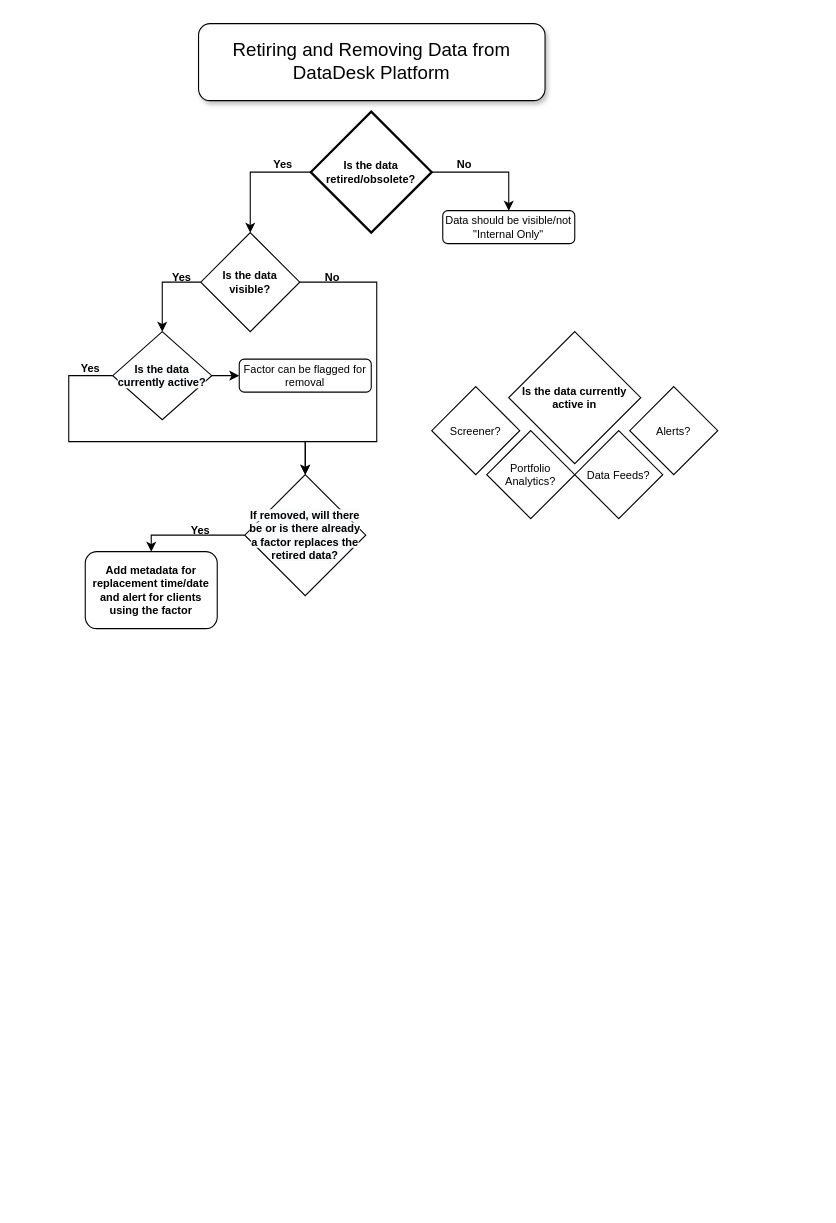
slingshotdancu/slingshotdancu.github.io keeps this draw.io diagram as DD_ObsoleteMetadata/obsoleteMetadata.drawio. Above is the earlier version. Source tidied: cells renumbered, new cells numbered last; positions are measured from the earlier drawing's top-left corner, leaving out a move shared by most shapes. Both pictures are drawn from the tidied source at 110%, with x=0, y=0 at pixel (68, 23).
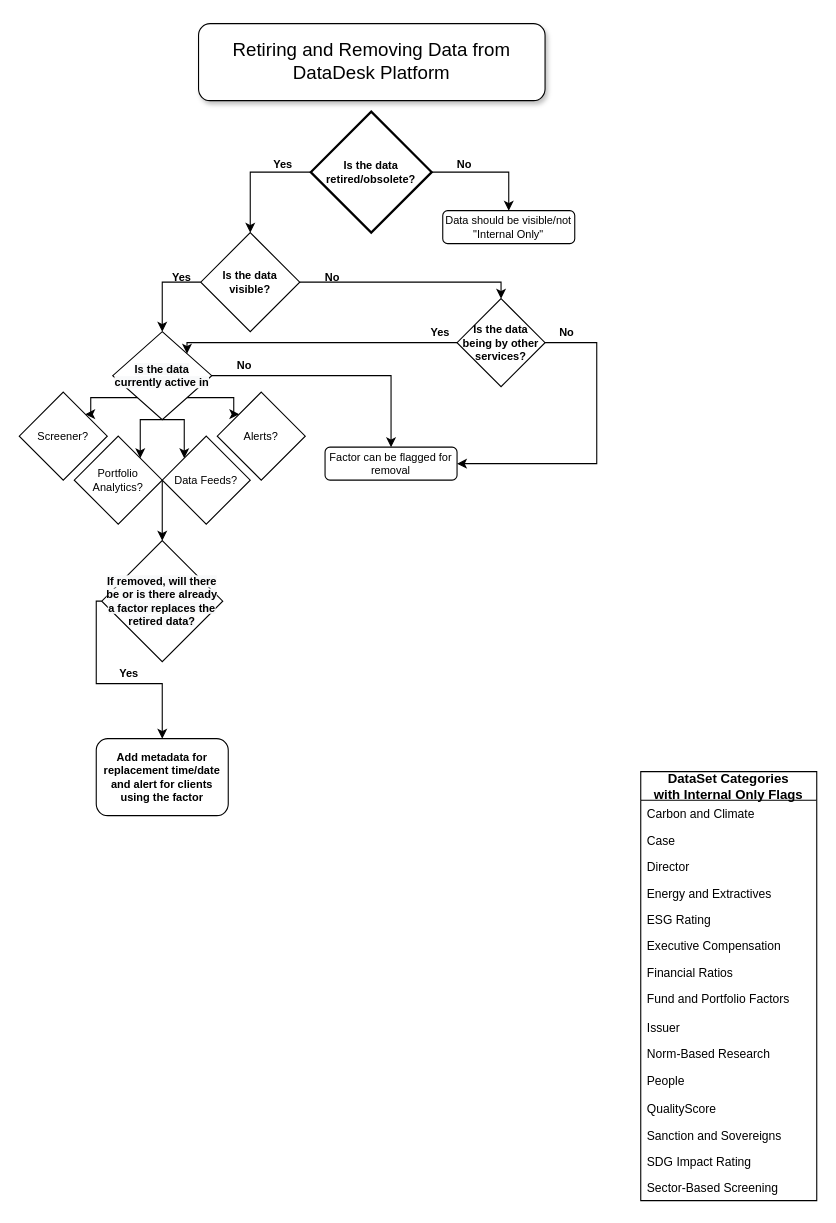
The same page after the edit.

Unchanged cells that the change refers to:
```xml
<mxCell id="12" value="&lt;span style=&quot;font-weight: 700&quot;&gt;Is the data visible?&lt;/span&gt;" style="rhombus;whiteSpace=wrap;html=1;fontSize=10;verticalAlign=middle;" parent="1" vertex="1">
  <mxGeometry x="120" y="190" width="90" height="90" as="geometry" />
</mxCell>
```

Change to the diagram source:
```diff
@@
     <mxCell id="5" value="Factor can be flagged for removal" style="rounded=1;whiteSpace=wrap;html=1;fontSize=10;verticalAlign=middle;fontStyle=0;" parent="1" vertex="1">
-      <mxGeometry x="155" y="305" width="120" height="30" as="geometry" />
+      <mxGeometry x="233" y="385" width="120" height="30" as="geometry" />
     </mxCell>
     <mxCell id="6" value="Add metadata for replacement time/date and alert for clients using the factor" style="rounded=1;whiteSpace=wrap;html=1;fontSize=10;verticalAlign=middle;fontStyle=1;" parent="1" vertex="1">
-      <mxGeometry x="15" y="480" width="120" height="70" as="geometry" />
+      <mxGeometry x="25" y="650" width="120" height="70" as="geometry" />
     </mxCell>
@@
-    <mxCell id="11" style="edgeStyle=orthogonalEdgeStyle;rounded=0;jettySize=auto;html=1;exitX=1;exitY=0.5;exitDx=0;exitDy=0;entryX=0.5;entryY=0;entryDx=0;entryDy=0;fontSize=10;" parent="1" edge="1" source="12" target="17">
-      <mxGeometry relative="1" as="geometry">
-        <Array as="points">
-          <mxPoint x="280" y="235" />
-          <mxPoint x="280" y="380" />
-          <mxPoint x="215" y="380" />
-        </Array>
-      </mxGeometry>
-    </mxCell>
+    <mxCell id="28" style="edgeStyle=orthogonalEdgeStyle;rounded=0;jettySize=auto;html=1;exitX=1;exitY=0.5;exitDx=0;exitDy=0;entryX=0.5;entryY=0;entryDx=0;entryDy=0;fontSize=10;" parent="1" edge="1" source="12" target="52">
+      <mxGeometry relative="1" as="geometry">
+        <Array as="points">
+          <mxPoint x="393" y="235" />
+        </Array>
+      </mxGeometry>
+    </mxCell>
@@
-    <mxCell id="13" style="edgeStyle=orthogonalEdgeStyle;rounded=0;jettySize=auto;html=1;exitX=0;exitY=0.5;exitDx=0;exitDy=0;entryX=0.5;entryY=0;entryDx=0;entryDy=0;fontSize=10;" parent="1" edge="1" source="15" target="17">
-      <mxGeometry relative="1" as="geometry">
-        <Array as="points">
-          <mxPoint y="320" />
-          <mxPoint y="380" />
-          <mxPoint x="215" y="380" />
-        </Array>
-      </mxGeometry>
-    </mxCell>
@@
+    <mxCell id="29" style="edgeStyle=orthogonalEdgeStyle;rounded=0;jettySize=auto;html=1;exitX=0;exitY=1;exitDx=0;exitDy=0;entryX=1;entryY=0;entryDx=0;entryDy=0;" parent="1" edge="1" source="15" target="26">
+      <mxGeometry relative="1" as="geometry" />
+    </mxCell>
+    <mxCell id="30" style="edgeStyle=orthogonalEdgeStyle;rounded=0;jettySize=auto;html=1;exitX=1;exitY=1;exitDx=0;exitDy=0;entryX=0;entryY=0;entryDx=0;entryDy=0;" parent="1" edge="1" source="15" target="25">
+      <mxGeometry relative="1" as="geometry" />
+    </mxCell>
+    <mxCell id="31" style="edgeStyle=orthogonalEdgeStyle;rounded=0;jettySize=auto;html=1;exitX=0.5;exitY=1;exitDx=0;exitDy=0;entryX=0;entryY=0;entryDx=0;entryDy=0;" parent="1" edge="1" source="15" target="24">
+      <mxGeometry relative="1" as="geometry">
+        <Array as="points">
+          <mxPoint x="105" y="360" />
+        </Array>
+      </mxGeometry>
+    </mxCell>
+    <mxCell id="32" style="edgeStyle=orthogonalEdgeStyle;rounded=0;jettySize=auto;html=1;exitX=0.5;exitY=1;exitDx=0;exitDy=0;entryX=1;entryY=0;entryDx=0;entryDy=0;" parent="1" edge="1" source="15" target="23">
+      <mxGeometry relative="1" as="geometry">
+        <Array as="points">
+          <mxPoint x="65" y="360" />
+        </Array>
+      </mxGeometry>
+    </mxCell>
-    <mxCell id="15" value="&#10;&#10;&lt;span style=&quot;color: rgb(0, 0, 0); font-family: helvetica; font-size: 10px; font-style: normal; font-weight: 700; letter-spacing: normal; text-align: center; text-indent: 0px; text-transform: none; word-spacing: 0px; background-color: rgb(248, 249, 250); display: inline; float: none;&quot;&gt;Is the data currently active?&lt;/span&gt;&#10;&#10;" style="rhombus;whiteSpace=wrap;html=1;fontSize=10;verticalAlign=middle;" parent="1" vertex="1">
+    <mxCell id="15" value="&lt;span style=&quot;color: rgb(0 , 0 , 0) ; font-family: &amp;#34;helvetica&amp;#34; ; font-size: 10px ; font-style: normal ; font-weight: 700 ; letter-spacing: normal ; text-align: center ; text-indent: 0px ; text-transform: none ; word-spacing: 0px ; background-color: rgb(248 , 249 , 250) ; display: inline ; float: none&quot;&gt;Is the data currently active in&lt;/span&gt;" style="rhombus;whiteSpace=wrap;html=1;fontSize=10;verticalAlign=middle;" parent="1" vertex="1">
       <mxGeometry x="40" y="280" width="90" height="80" as="geometry" />
     </mxCell>
     <mxCell id="16" style="edgeStyle=orthogonalEdgeStyle;rounded=0;jettySize=auto;html=1;exitX=0;exitY=0.5;exitDx=0;exitDy=0;entryX=0.5;entryY=0;entryDx=0;entryDy=0;fontSize=10;" parent="1" edge="1" source="17" target="6">
       <mxGeometry relative="1" as="geometry">
         <Array as="points">
-          <mxPoint x="75" y="465" />
+          <mxPoint x="25" y="600" />
+          <mxPoint x="85" y="600" />
         </Array>
       </mxGeometry>
     </mxCell>
     <mxCell id="17" value="&lt;span style=&quot;color: rgb(0 , 0 , 0) ; font-family: &amp;#34;helvetica&amp;#34; ; font-size: 10px ; font-style: normal ; font-weight: 700 ; letter-spacing: normal ; text-align: center ; text-indent: 0px ; text-transform: none ; word-spacing: 0px ; background-color: rgb(248 , 249 , 250) ; display: inline ; float: none&quot;&gt;If removed, will there be or is there already a factor replaces the retired data?&lt;/span&gt;" style="rhombus;whiteSpace=wrap;html=1;fontSize=10;verticalAlign=middle;" parent="1" vertex="1">
-      <mxGeometry x="160" y="410" width="110" height="110" as="geometry" />
+      <mxGeometry x="30" y="470" width="110" height="110" as="geometry" />
     </mxCell>
@@
-    <mxCell id="19" value="Yes" style="text;html=1;strokeColor=none;fillColor=none;align=center;verticalAlign=middle;whiteSpace=wrap;rounded=0;fontSize=10;rotation=0;fontStyle=1;" parent="1" vertex="1">
-      <mxGeometry y="305" width="40" height="15" as="geometry" />
-    </mxCell>
@@
     <mxCell id="21" value="Yes" style="text;html=1;strokeColor=none;fillColor=none;align=center;verticalAlign=middle;whiteSpace=wrap;rounded=0;fontSize=10;rotation=0;fontStyle=1;" parent="1" vertex="1">
-      <mxGeometry x="105" y="450" width="30" height="20" as="geometry" />
+      <mxGeometry x="40" y="580" width="30" height="20" as="geometry" />
     </mxCell>
-    <mxCell id="22" value="Is the data currently active in" style="rhombus;whiteSpace=wrap;html=1;fontSize=10;fontStyle=1;" parent="1" vertex="1">
-      <mxGeometry x="400" y="280" width="120" height="120" as="geometry" />
-    </mxCell>
+    <mxCell id="33" style="edgeStyle=orthogonalEdgeStyle;rounded=0;jettySize=auto;html=1;exitX=1;exitY=0.5;exitDx=0;exitDy=0;entryX=0.5;entryY=0;entryDx=0;entryDy=0;fontSize=11;" parent="1" edge="1" source="23" target="17">
+      <mxGeometry relative="1" as="geometry">
+        <Array as="points">
+          <mxPoint x="85" y="460" />
+          <mxPoint x="85" y="460" />
+        </Array>
+      </mxGeometry>
+    </mxCell>
     <mxCell id="23" value="Portfolio Analytics?" style="rhombus;whiteSpace=wrap;html=1;fontSize=10;" parent="1" vertex="1">
-      <mxGeometry x="380" y="370" width="80" height="80" as="geometry" />
+      <mxGeometry x="5" y="375" width="80" height="80" as="geometry" />
     </mxCell>
     <mxCell id="24" value="Data Feeds?" style="rhombus;whiteSpace=wrap;html=1;fontSize=10;" parent="1" vertex="1">
-      <mxGeometry x="460" y="370" width="80" height="80" as="geometry" />
+      <mxGeometry x="85" y="375" width="80" height="80" as="geometry" />
     </mxCell>
     <mxCell id="25" value="Alerts?" style="rhombus;whiteSpace=wrap;html=1;fontSize=10;" parent="1" vertex="1">
-      <mxGeometry x="510" y="330" width="80" height="80" as="geometry" />
+      <mxGeometry x="135" y="335" width="80" height="80" as="geometry" />
     </mxCell>
     <mxCell id="26" value="Screener?" style="rhombus;whiteSpace=wrap;html=1;fontSize=10;" parent="1" vertex="1">
-      <mxGeometry x="330" y="330" width="80" height="80" as="geometry" />
+      <mxGeometry x="-45" y="335" width="80" height="80" as="geometry" />
     </mxCell>
@@
+    <mxCell id="34" value="DataSet Categories &#10;with Internal Only Flags" style="swimlane;fontStyle=1;horizontal=1;startSize=26;" parent="1" vertex="1">
+      <mxGeometry x="520" y="680" width="160" height="390" as="geometry" />
+    </mxCell>
+    <mxCell id="35" value="Carbon and Climate" style="text;strokeColor=none;fillColor=none;align=left;verticalAlign=top;spacingLeft=4;spacingRight=4;overflow=hidden;fontSize=11;" parent="34" vertex="1">
+      <mxGeometry y="26" width="160" height="24" as="geometry" />
+    </mxCell>
+    <mxCell id="36" value="Case" style="text;strokeColor=none;fillColor=none;align=left;verticalAlign=top;spacingLeft=4;spacingRight=4;overflow=hidden;fontSize=11;" parent="34" vertex="1">
+      <mxGeometry y="50" width="160" height="24" as="geometry" />
+    </mxCell>
+    <mxCell id="37" value="Director" style="text;strokeColor=none;fillColor=none;align=left;verticalAlign=top;spacingLeft=4;spacingRight=4;overflow=hidden;fontSize=11;" parent="34" vertex="1">
+      <mxGeometry y="74" width="160" height="24" as="geometry" />
+    </mxCell>
+    <mxCell id="38" value="Energy and Extractives" style="text;strokeColor=none;fillColor=none;align=left;verticalAlign=top;spacingLeft=4;spacingRight=4;overflow=hidden;fontSize=11;" parent="34" vertex="1">
+      <mxGeometry y="98" width="160" height="24" as="geometry" />
+    </mxCell>
+    <mxCell id="39" value="ESG Rating" style="text;strokeColor=none;fillColor=none;align=left;verticalAlign=top;spacingLeft=4;spacingRight=4;overflow=hidden;fontSize=11;" parent="34" vertex="1">
+      <mxGeometry y="122" width="160" height="24" as="geometry" />
+    </mxCell>
+    <mxCell id="40" value="Executive Compensation" style="text;strokeColor=none;fillColor=none;align=left;verticalAlign=top;spacingLeft=4;spacingRight=4;overflow=hidden;fontSize=11;" parent="34" vertex="1">
+      <mxGeometry y="146" width="160" height="24" as="geometry" />
+    </mxCell>
+    <mxCell id="41" value="Financial Ratios" style="text;strokeColor=none;fillColor=none;align=left;verticalAlign=top;spacingLeft=4;spacingRight=4;overflow=hidden;fontSize=11;" parent="34" vertex="1">
+      <mxGeometry y="170" width="160" height="24" as="geometry" />
+    </mxCell>
+    <mxCell id="42" value="Fund and Portfolio Factors" style="text;strokeColor=none;fillColor=none;align=left;verticalAlign=top;spacingLeft=4;spacingRight=4;overflow=hidden;fontSize=11;" parent="34" vertex="1">
+      <mxGeometry y="194" width="160" height="26" as="geometry" />
+    </mxCell>
+    <mxCell id="43" value="Issuer" style="text;strokeColor=none;fillColor=none;align=left;verticalAlign=top;spacingLeft=4;spacingRight=4;overflow=hidden;fontSize=11;" parent="34" vertex="1">
+      <mxGeometry y="220" width="160" height="24" as="geometry" />
+    </mxCell>
+    <mxCell id="44" value="Norm-Based Research" style="text;strokeColor=none;fillColor=none;align=left;verticalAlign=top;spacingLeft=4;spacingRight=4;overflow=hidden;fontSize=11;" parent="34" vertex="1">
+      <mxGeometry y="244" width="160" height="24" as="geometry" />
+    </mxCell>
+    <mxCell id="45" value="People" style="text;strokeColor=none;fillColor=none;align=left;verticalAlign=top;spacingLeft=4;spacingRight=4;overflow=hidden;fontSize=11;" parent="34" vertex="1">
+      <mxGeometry y="268" width="160" height="26" as="geometry" />
+    </mxCell>
+    <mxCell id="46" value="QualityScore" style="text;strokeColor=none;fillColor=none;align=left;verticalAlign=top;spacingLeft=4;spacingRight=4;overflow=hidden;fontSize=11;" parent="34" vertex="1">
+      <mxGeometry y="294" width="160" height="24" as="geometry" />
+    </mxCell>
+    <mxCell id="47" value="Sanction and Sovereigns" style="text;strokeColor=none;fillColor=none;align=left;verticalAlign=top;spacingLeft=4;spacingRight=4;overflow=hidden;fontSize=11;" parent="34" vertex="1">
+      <mxGeometry y="318" width="160" height="24" as="geometry" />
+    </mxCell>
+    <mxCell id="48" value="SDG Impact Rating" style="text;strokeColor=none;fillColor=none;align=left;verticalAlign=top;spacingLeft=4;spacingRight=4;overflow=hidden;fontSize=11;" parent="34" vertex="1">
+      <mxGeometry y="342" width="160" height="24" as="geometry" />
+    </mxCell>
+    <mxCell id="49" value="Sector-Based Screening" style="text;strokeColor=none;fillColor=none;align=left;verticalAlign=top;spacingLeft=4;spacingRight=4;overflow=hidden;fontSize=11;" parent="34" vertex="1">
+      <mxGeometry y="366" width="160" height="24" as="geometry" />
+    </mxCell>
+    <mxCell id="50" style="edgeStyle=orthogonalEdgeStyle;rounded=0;jettySize=auto;html=1;exitX=1;exitY=0.5;exitDx=0;exitDy=0;entryX=1;entryY=0.5;entryDx=0;entryDy=0;fontSize=10;" parent="1" edge="1" source="52" target="5">
+      <mxGeometry relative="1" as="geometry">
+        <Array as="points">
+          <mxPoint x="480" y="290" />
+          <mxPoint x="480" y="400" />
+        </Array>
+      </mxGeometry>
+    </mxCell>
+    <mxCell id="51" style="edgeStyle=orthogonalEdgeStyle;rounded=0;jettySize=auto;html=1;exitX=0;exitY=0.5;exitDx=0;exitDy=0;entryX=1;entryY=0;entryDx=0;entryDy=0;fontSize=10;" parent="1" edge="1" source="52" target="15">
+      <mxGeometry relative="1" as="geometry">
+        <Array as="points">
+          <mxPoint x="107" y="290" />
+        </Array>
+      </mxGeometry>
+    </mxCell>
+    <mxCell id="52" value="Is the data being by other services?" style="rhombus;whiteSpace=wrap;html=1;fontSize=10;fontStyle=1;" parent="1" vertex="1">
+      <mxGeometry x="353" y="250" width="80" height="80" as="geometry" />
+    </mxCell>
+    <mxCell id="53" value="No" style="text;html=1;strokeColor=none;fillColor=none;align=center;verticalAlign=middle;whiteSpace=wrap;rounded=0;fontSize=10;rotation=0;fontStyle=1;" parent="1" vertex="1">
+      <mxGeometry x="433" y="270" width="40" height="20" as="geometry" />
+    </mxCell>
+    <mxCell id="19" value="Yes" style="text;html=1;strokeColor=none;fillColor=none;align=center;verticalAlign=middle;whiteSpace=wrap;rounded=0;fontSize=10;rotation=0;fontStyle=1;" parent="1" vertex="1">
+      <mxGeometry x="323" y="270" width="30" height="20" as="geometry" />
+    </mxCell>
+    <mxCell id="54" value="No" style="text;html=1;strokeColor=none;fillColor=none;align=center;verticalAlign=middle;whiteSpace=wrap;rounded=0;fontSize=10;rotation=0;fontStyle=1;" parent="1" vertex="1">
+      <mxGeometry x="140" y="300" width="40" height="20" as="geometry" />
+    </mxCell>
```
